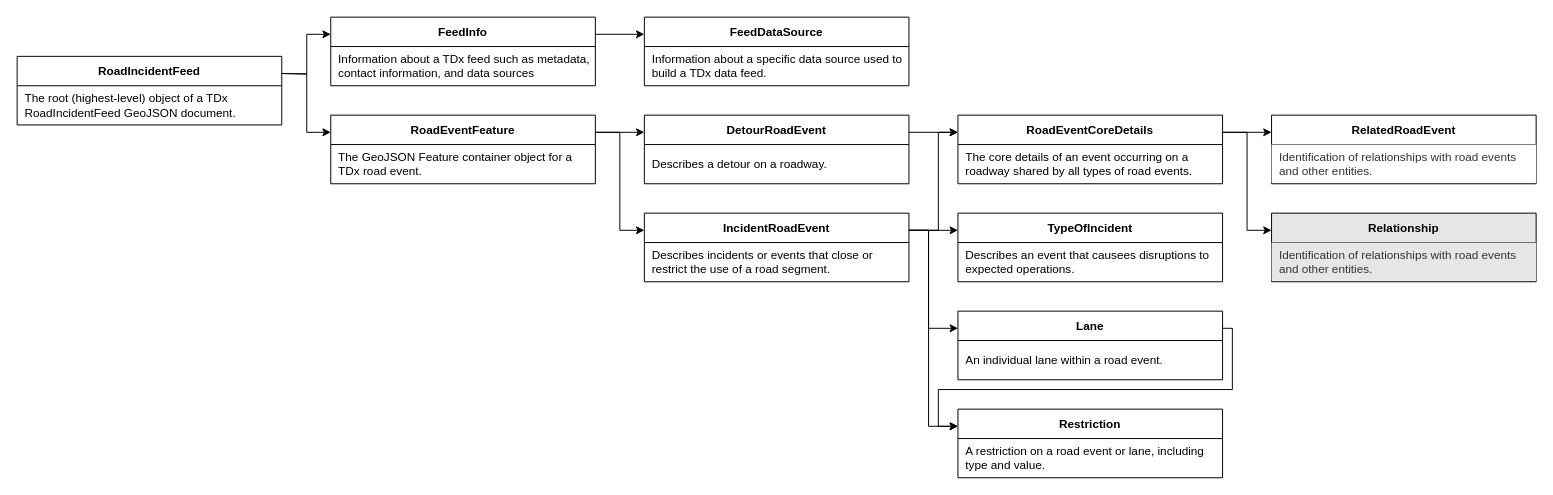
This is images/TDx_RoadIncidentFeed_object_diagram.drawio from usdot-jpo-ode/TDx, a draw.io file, before an edit. Source tidied: cells renumbered, new cells numbered last; positions are measured from the earlier drawing's top-left corner, leaving out a move shared by most shapes. Both pictures are drawn from the tidied source at 98%, with x=0, y=0 at pixel (17, 17).
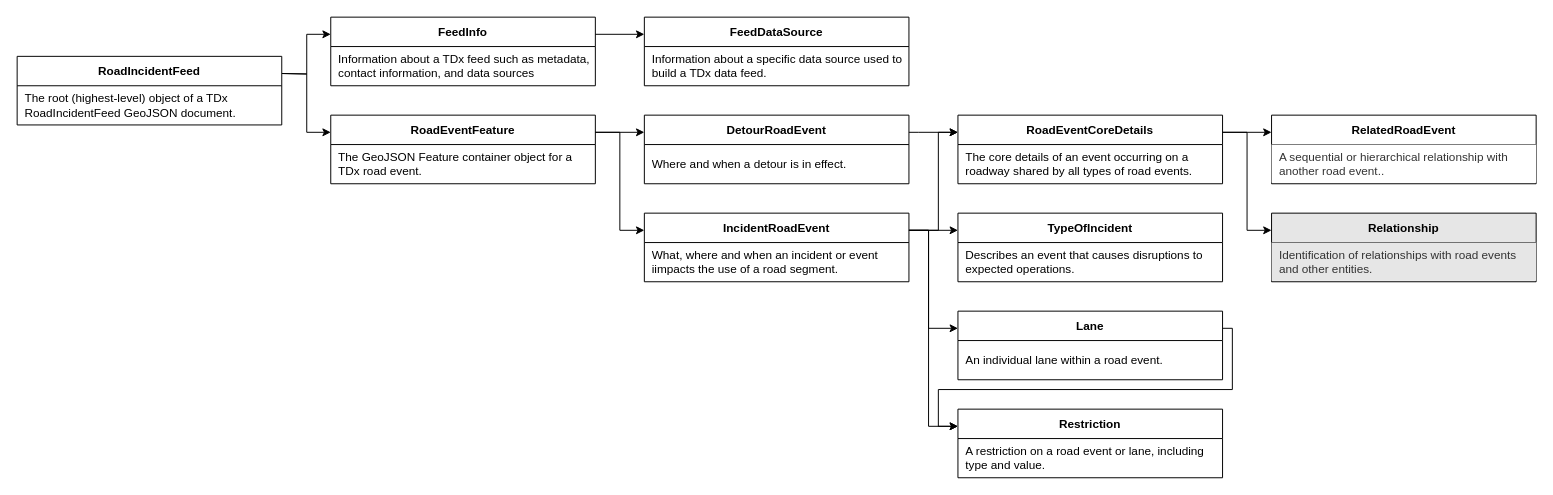
After the change.

Commit message (it also covers changes not shown here):
Update feed diagrams

Unchanged cells that the change refers to:
```xml
<mxCell id="14" style="shape=partialRectangle;fillColor=none;top=0;left=0;right=0;bottom=0;" parent="13" vertex="1">
  <mxGeometry y="30" width="270" height="39" as="geometry" />
</mxCell>
<mxCell id="20" style="shape=partialRectangle;fillColor=none;top=0;left=0;right=0;bottom=0;" parent="19" vertex="1">
  <mxGeometry y="30" width="270" height="39" as="geometry" />
</mxCell>
<mxCell id="35" style="shape=partialRectangle;fillColor=none;top=0;left=0;right=0;bottom=0;" parent="34" vertex="1">
  <mxGeometry y="30" width="270" height="39" as="geometry" />
</mxCell>
<mxCell id="40" style="shape=partialRectangle;fillColor=none;top=0;left=0;right=0;bottom=0;" parent="39" vertex="1">
  <mxGeometry y="30" width="270" height="39" as="geometry" />
</mxCell>
```

What changed in the source:
```diff
@@
-    <mxCell id="15" value="Describes incidents or events that close or restrict the use of a road segment." style="shape=partialRectangle;overflow=hidden;top=0;left=0;bottom=0;right=0;align=left;spacingLeft=6;fontStyle=0;strokeColor=#d6b656;fillColor=none;whiteSpace=wrap;" parent="14" vertex="1">
+    <mxCell id="15" value="What, where and when an incident or event iimpacts the use of a road segment." style="shape=partialRectangle;overflow=hidden;top=0;left=0;bottom=0;right=0;align=left;spacingLeft=6;fontStyle=0;strokeColor=#d6b656;fillColor=none;whiteSpace=wrap;" parent="14" vertex="1">
       <mxGeometry width="270" height="39" as="geometry" />
     </mxCell>
@@
-    <mxCell id="21" value="Describes an event that causees disruptions to expected operations." style="shape=partialRectangle;overflow=hidden;top=0;left=0;bottom=0;right=0;align=left;spacingLeft=6;fontStyle=0;strokeColor=#d6b656;fillColor=none;whiteSpace=wrap;" parent="20" vertex="1">
+    <mxCell id="21" value="Describes an event that causes disruptions to expected operations." style="shape=partialRectangle;overflow=hidden;top=0;left=0;bottom=0;right=0;align=left;spacingLeft=6;fontStyle=0;strokeColor=#d6b656;fillColor=none;whiteSpace=wrap;" parent="20" vertex="1">
       <mxGeometry width="270" height="39" as="geometry" />
     </mxCell>
@@
-    <mxCell id="36" value="Describes a detour on a roadway." style="shape=partialRectangle;overflow=hidden;top=0;left=0;bottom=0;right=0;align=left;spacingLeft=6;fontStyle=0;strokeColor=#d6b656;fillColor=none;whiteSpace=wrap;" parent="35" vertex="1">
+    <mxCell id="36" value="Where and when a detour is in effect." style="shape=partialRectangle;overflow=hidden;top=0;left=0;bottom=0;right=0;align=left;spacingLeft=6;fontStyle=0;strokeColor=#d6b656;fillColor=none;whiteSpace=wrap;" parent="35" vertex="1">
       <mxGeometry width="270" height="39" as="geometry" />
     </mxCell>
@@
-    <mxCell id="41" value="Identification of relationships with road events and other entities." style="shape=partialRectangle;overflow=hidden;top=0;left=0;bottom=0;right=0;align=left;spacingLeft=6;fontStyle=0;strokeColor=#666666;fillColor=#FFFFFF;whiteSpace=wrap;fontColor=#333333;" parent="40" vertex="1">
+    <mxCell id="41" value="A sequential or hierarchical relationship with another road event.." style="shape=partialRectangle;overflow=hidden;top=0;left=0;bottom=0;right=0;align=left;spacingLeft=6;fontStyle=0;strokeColor=#666666;fillColor=#FFFFFF;whiteSpace=wrap;fontColor=#333333;" parent="40" vertex="1">
       <mxGeometry width="270" height="39" as="geometry" />
     </mxCell>
```
